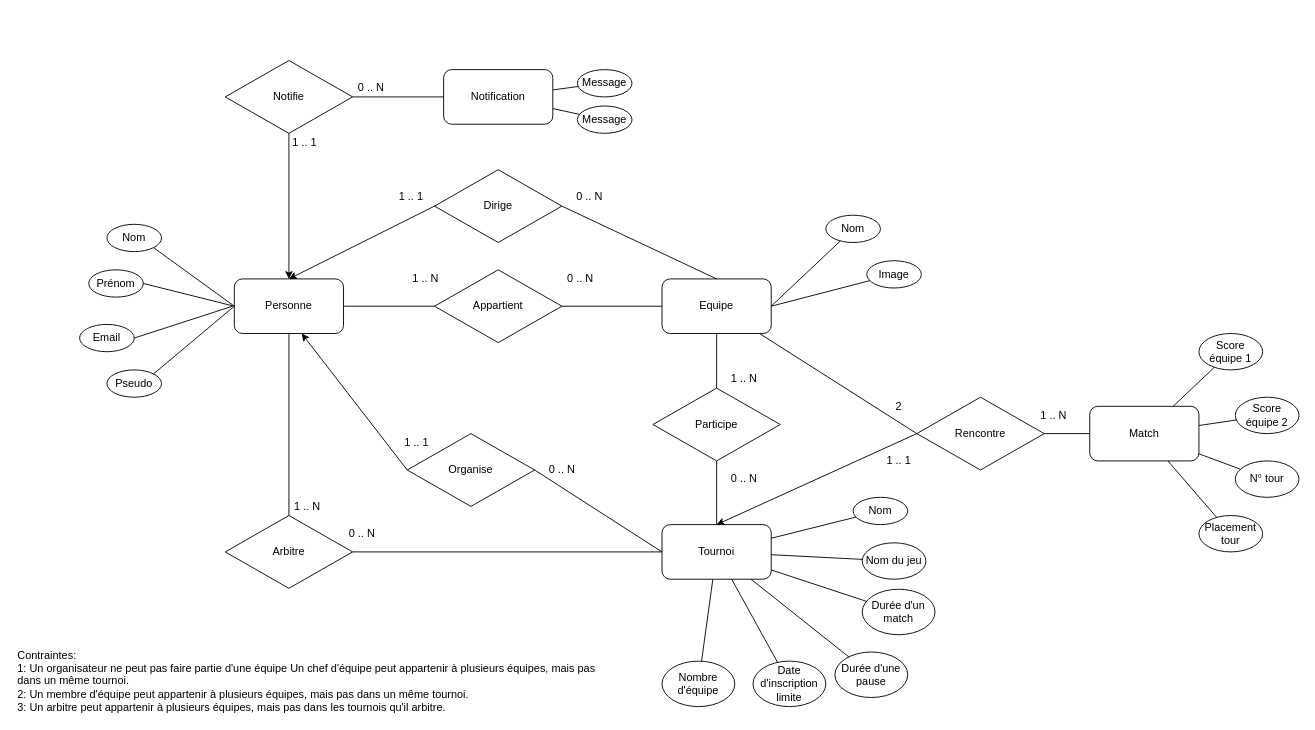
Earlier version of the draw.io diagram Documentation/Schéma EA v2.drawio (HE-Arc/Wolves-Tournament-Master). Source tidied: cells renumbered, new cells numbered last; positions are measured from the earlier drawing's top-left corner, leaving out a move shared by most shapes. Both pictures are drawn from the tidied source at 91%, with x=0, y=0 at pixel (15, 60).
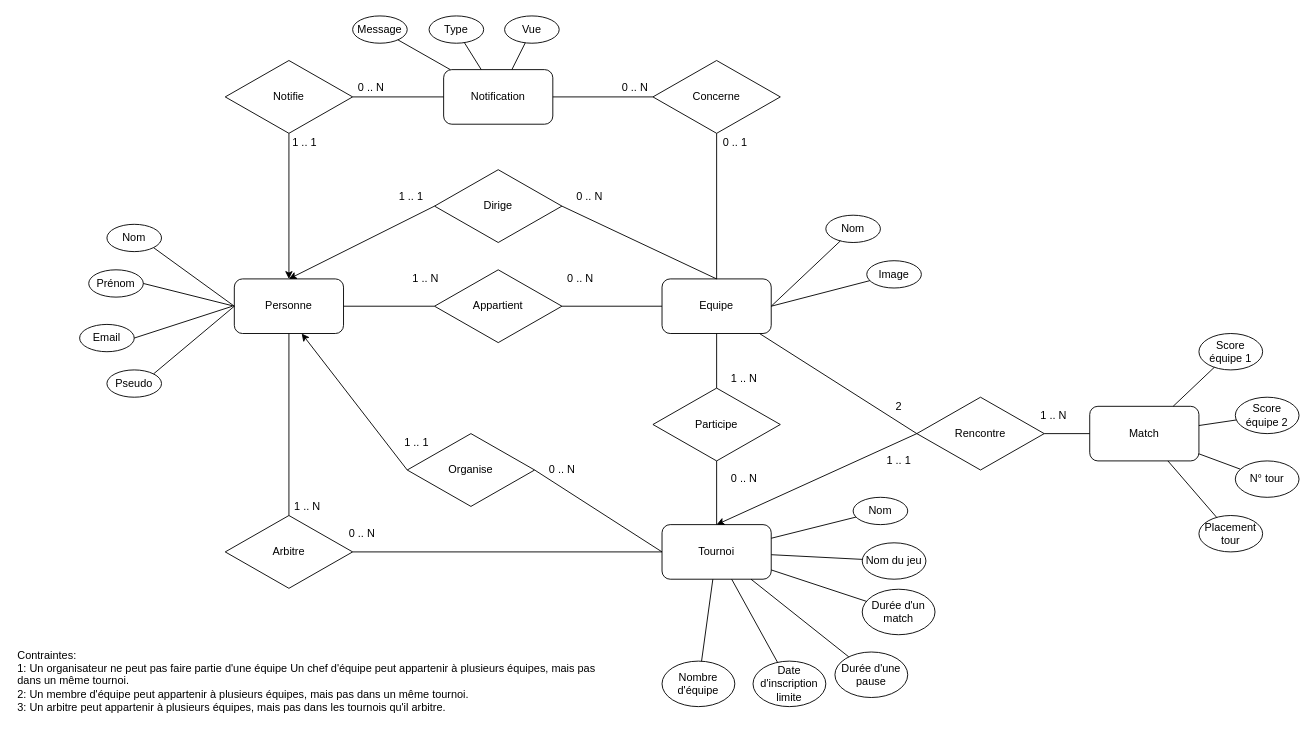
After the change.

Unchanged cells that the change refers to:
```xml
<mxCell id="3" value="Equipe" style="rounded=1;whiteSpace=wrap;html=1;" parent="1" vertex="1">
  <mxGeometry x="710" y="240" width="120" height="60" as="geometry" />
</mxCell>
<mxCell id="71" value="Notification" style="rounded=1;whiteSpace=wrap;html=1;" parent="1" vertex="1">
  <mxGeometry x="470" y="10" width="120" height="60" as="geometry" />
</mxCell>
```

The edit, as a diff of the source:
```diff
@@
-    <mxCell id="77" value="Message" style="ellipse;whiteSpace=wrap;html=1;" parent="1" vertex="1">
-      <mxGeometry x="617" y="50" width="60" height="30" as="geometry" />
+    <mxCell id="77" value="Type" style="ellipse;whiteSpace=wrap;html=1;" parent="1" vertex="1">
+      <mxGeometry x="454" y="-49" width="60" height="30" as="geometry" />
     </mxCell>
@@
     <mxCell id="79" value="Message" style="ellipse;whiteSpace=wrap;html=1;" parent="1" vertex="1">
-      <mxGeometry x="617" y="10" width="60" height="30" as="geometry" />
+      <mxGeometry x="370" y="-49" width="60" height="30" as="geometry" />
     </mxCell>
@@
+    <mxCell id="81" value="&lt;div&gt;Vue&lt;/div&gt;" style="ellipse;whiteSpace=wrap;html=1;" parent="1" vertex="1">
+      <mxGeometry x="537" y="-49" width="60" height="30" as="geometry" />
+    </mxCell>
+    <mxCell id="82" style="endArrow=none;html=1;" parent="1" edge="1" source="81" target="71">
+      <mxGeometry relative="1" as="geometry" />
+    </mxCell>
+    <mxCell id="83" value="Concerne" style="rhombus;whiteSpace=wrap;html=1;" parent="1" vertex="1">
+      <mxGeometry x="700" width="140" height="80" as="geometry" />
+    </mxCell>
+    <mxCell id="84" style="endArrow=none;html=1;entryX=1;entryY=0.5;entryDx=0;entryDy=0;exitX=0;exitY=0.5;exitDx=0;exitDy=0;" parent="1" edge="1" source="83" target="71">
+      <mxGeometry relative="1" as="geometry" />
+    </mxCell>
+    <mxCell id="85" style="endArrow=none;html=1;entryX=0.5;entryY=1;entryDx=0;entryDy=0;exitX=0.5;exitY=0;exitDx=0;exitDy=0;" parent="1" edge="1" source="3" target="83">
+      <mxGeometry relative="1" as="geometry" />
+    </mxCell>
+    <mxCell id="86" value="0 .. 1" style="text;html=1;align=center;verticalAlign=middle;" parent="1" vertex="1">
+      <mxGeometry x="770" y="80" width="40" height="20" as="geometry" />
+    </mxCell>
+    <mxCell id="87" value="0 .. N" style="text;html=1;align=center;verticalAlign=middle;" parent="1" vertex="1">
+      <mxGeometry x="660" y="20" width="40" height="20" as="geometry" />
+    </mxCell>
```
